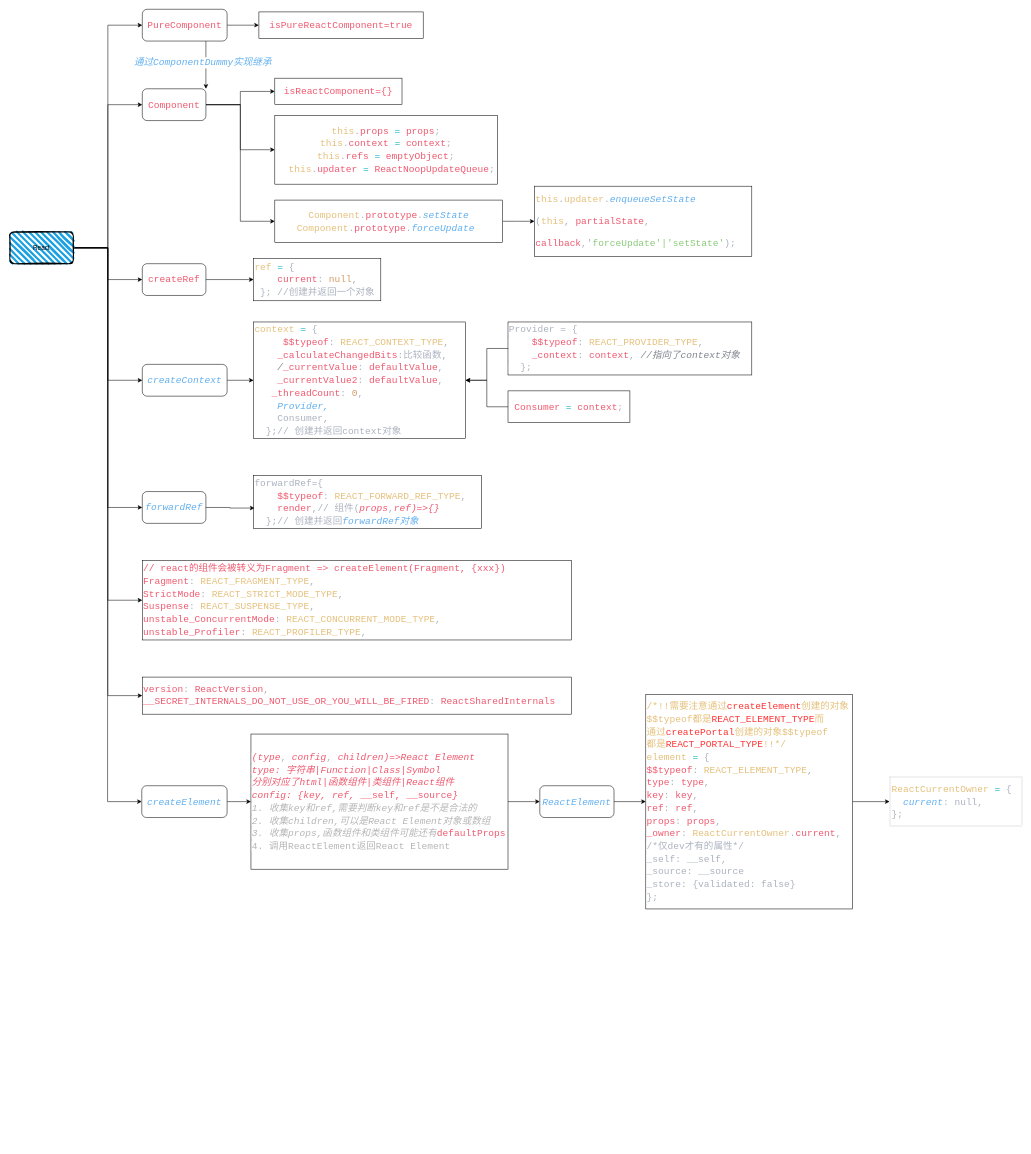
honshena/study keeps this draw.io diagram as arec16.8.drawio. Above is the earlier version. Source tidied: cells renumbered, new cells numbered last; positions are measured from the earlier drawing's top-left corner, leaving out a move shared by most shapes. Both pictures are drawn from the tidied source at 53%, with x=0, y=0 at pixel (10, 9).
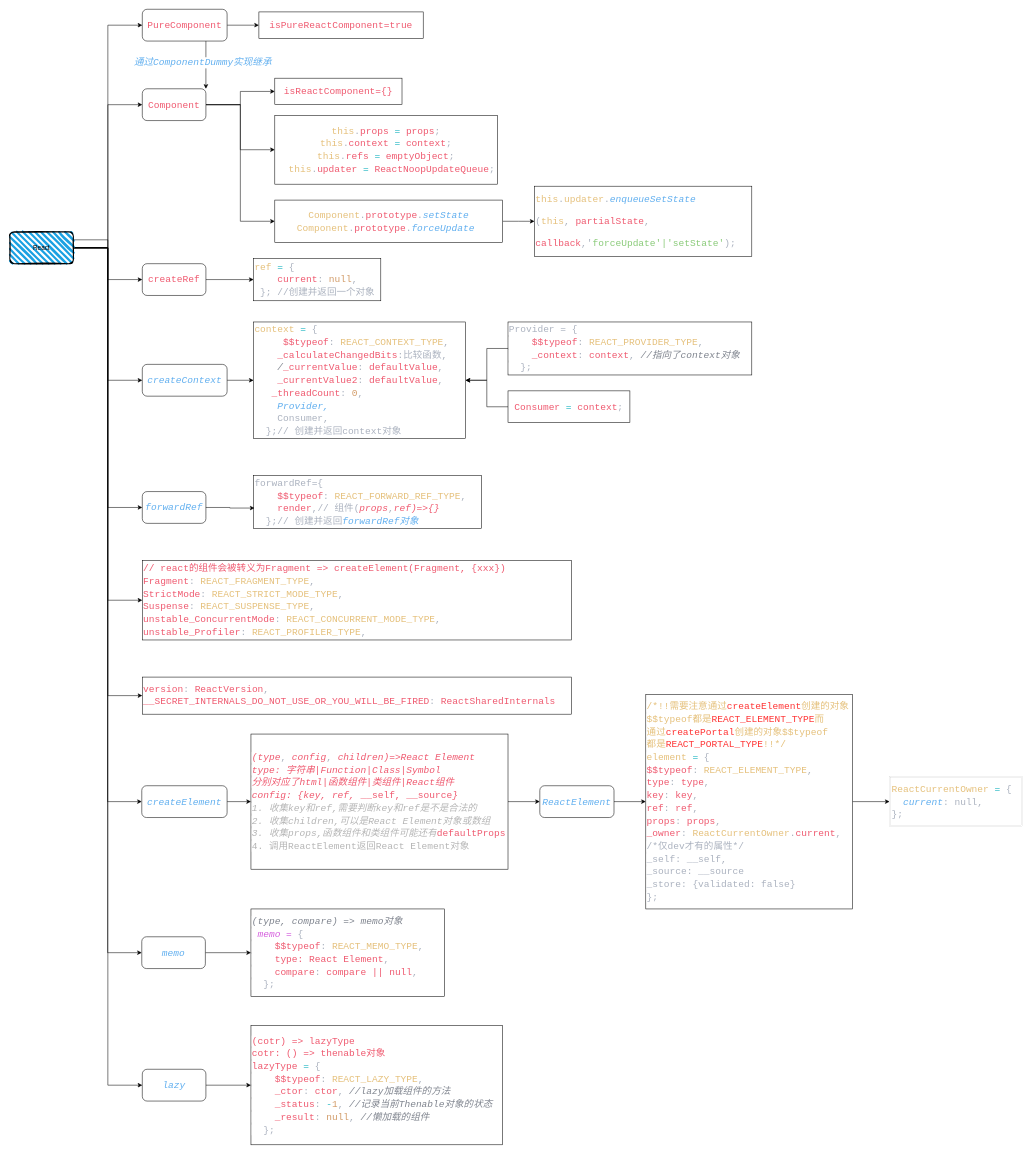
After the change.

The change refers to these unchanged cells:
```xml
<mxCell id="10" value="React" style="rounded=1;whiteSpace=wrap;html=1;strokeWidth=2;fillWeight=4;hachureGap=8;hachureAngle=45;fillColor=#1ba1e2;sketch=1;" parent="1" vertex="1">
  <mxGeometry y="420" width="120" height="60" as="geometry" />
</mxCell>
```

Change to the diagram source:
```diff
@@
+    <mxCell id="49" style="edgeStyle=orthogonalEdgeStyle;rounded=0;jettySize=auto;html=1;exitX=1;exitY=0.5;exitDx=0;exitDy=0;entryX=0;entryY=0.5;entryDx=0;entryDy=0;" parent="1" edge="1" source="10" target="52">
+      <mxGeometry relative="1" as="geometry" />
+    </mxCell>
+    <mxCell id="50" style="edgeStyle=orthogonalEdgeStyle;rounded=0;jettySize=auto;html=1;exitX=1;exitY=0.25;exitDx=0;exitDy=0;entryX=0;entryY=0.5;entryDx=0;entryDy=0;" parent="1" edge="1" source="10" target="56">
+      <mxGeometry relative="1" as="geometry" />
+    </mxCell>
@@
-    <mxCell id="43" value="&lt;div style=&quot;font-family: &amp;quot;Fira code&amp;quot;, Consolas, &amp;quot;Courier New&amp;quot;, monospace, Consolas, &amp;quot;Courier New&amp;quot;, monospace; font-size: 18px; line-height: 24px; white-space: pre;&quot;&gt;&lt;div style=&quot;color: rgb(171, 178, 191); line-height: 24px;&quot;&gt;&lt;span style=&quot;background-color: rgb(255, 255, 255);&quot;&gt;&lt;span style=&quot;color: rgb(239, 89, 111); font-style: italic;&quot;&gt;(type&lt;/span&gt;, &lt;span style=&quot;color: rgb(239, 89, 111); font-style: italic;&quot;&gt;config&lt;/span&gt;, &lt;span style=&quot;color: rgb(239, 89, 111); font-style: italic;&quot;&gt;children)=&amp;gt;React Element&lt;/span&gt;&lt;/span&gt;&lt;/div&gt;&lt;div style=&quot;color: rgb(171, 178, 191); line-height: 24px;&quot;&gt;&lt;span style=&quot;background-color: rgb(255, 255, 255);&quot;&gt;&lt;span style=&quot;color: rgb(239, 89, 111); font-style: italic;&quot;&gt;type: 字符串|Function|Class|Symbol &lt;/span&gt;&lt;/span&gt;&lt;/div&gt;&lt;div style=&quot;color: rgb(171, 178, 191); line-height: 24px;&quot;&gt;&lt;span style=&quot;background-color: rgb(255, 255, 255);&quot;&gt;&lt;span style=&quot;color: rgb(239, 89, 111); font-style: italic;&quot;&gt;分别对应了html|函数组件|类组件|React组件&lt;/span&gt;&lt;/span&gt;&lt;/div&gt;&lt;div style=&quot;color: rgb(171, 178, 191); line-height: 24px;&quot;&gt;&lt;span style=&quot;color: rgb(239, 89, 111); font-style: italic;&quot;&gt;&lt;span style=&quot;background-color: rgb(255, 255, 255);&quot;&gt;config: {key, ref, &lt;/span&gt;&lt;/span&gt;&lt;span style=&quot;background-color: rgb(255, 255, 255);&quot;&gt;&lt;span style=&quot;color: rgb(239, 89, 111);&quot;&gt;__self, &lt;/span&gt;&lt;span style=&quot;color: rgb(239, 89, 111);&quot;&gt;__source&lt;/span&gt;&lt;/span&gt;&lt;span style=&quot;background-color: rgb(255, 255, 255); color: rgb(239, 89, 111); font-style: italic;&quot;&gt;}&lt;/span&gt;&lt;/div&gt;&lt;/div&gt;&lt;div style=&quot;font-family: &amp;quot;Fira code&amp;quot;, Consolas, &amp;quot;Courier New&amp;quot;, monospace, Consolas, &amp;quot;Courier New&amp;quot;, monospace; font-size: 18px; line-height: 24px; white-space: pre;&quot;&gt;&lt;span style=&quot;font-style: italic; background-color: rgb(255, 255, 255);&quot;&gt;&lt;font style=&quot;&quot; color=&quot;#b5b5b5&quot;&gt;1. 收集key和ref,需要判断key和ref是不是合法的&lt;/font&gt;&lt;/span&gt;&lt;/div&gt;&lt;div style=&quot;font-family: &amp;quot;Fira code&amp;quot;, Consolas, &amp;quot;Courier New&amp;quot;, monospace, Consolas, &amp;quot;Courier New&amp;quot;, monospace; font-size: 18px; line-height: 24px; white-space: pre;&quot;&gt;&lt;i&gt;&lt;font style=&quot;background-color: rgb(255, 255, 255);&quot; color=&quot;#b5b5b5&quot;&gt;2. 收集children,可以是React Element对象或数组&lt;/font&gt;&lt;/i&gt;&lt;/div&gt;&lt;div style=&quot;font-family: &amp;quot;Fira code&amp;quot;, Consolas, &amp;quot;Courier New&amp;quot;, monospace, Consolas, &amp;quot;Courier New&amp;quot;, monospace; font-size: 18px; line-height: 24px; white-space: pre;&quot;&gt;&lt;i style=&quot;&quot;&gt;&lt;font style=&quot;background-color: rgb(255, 255, 255);&quot; color=&quot;#b5b5b5&quot;&gt;3. 收集props,函数组件和类组件可能还有&lt;/font&gt;&lt;/i&gt;&lt;span style=&quot;color: rgb(239, 89, 111); background-color: rgb(255, 255, 255);&quot;&gt;defaultProps&lt;/span&gt;&lt;/div&gt;&lt;div style=&quot;font-family: &amp;quot;Fira code&amp;quot;, Consolas, &amp;quot;Courier New&amp;quot;, monospace, Consolas, &amp;quot;Courier New&amp;quot;, monospace; font-size: 18px; line-height: 24px; white-space: pre;&quot;&gt;&lt;span style=&quot;background-color: rgb(255, 255, 255);&quot;&gt;&lt;font color=&quot;#b5b5b5&quot;&gt;4. 调用ReactElement返回React Element&lt;/font&gt;&lt;/span&gt;&lt;/div&gt;" style="rounded=0;whiteSpace=wrap;html=1;align=left;" parent="1" vertex="1">
+    <mxCell id="43" value="&lt;div style=&quot;font-family: &amp;quot;Fira code&amp;quot;, Consolas, &amp;quot;Courier New&amp;quot;, monospace, Consolas, &amp;quot;Courier New&amp;quot;, monospace; font-size: 18px; line-height: 24px; white-space: pre;&quot;&gt;&lt;div style=&quot;color: rgb(171, 178, 191); line-height: 24px;&quot;&gt;&lt;span style=&quot;background-color: rgb(255, 255, 255);&quot;&gt;&lt;span style=&quot;color: rgb(239, 89, 111); font-style: italic;&quot;&gt;(type&lt;/span&gt;, &lt;span style=&quot;color: rgb(239, 89, 111); font-style: italic;&quot;&gt;config&lt;/span&gt;, &lt;span style=&quot;color: rgb(239, 89, 111); font-style: italic;&quot;&gt;children)=&amp;gt;React Element&lt;/span&gt;&lt;/span&gt;&lt;/div&gt;&lt;div style=&quot;color: rgb(171, 178, 191); line-height: 24px;&quot;&gt;&lt;span style=&quot;background-color: rgb(255, 255, 255);&quot;&gt;&lt;span style=&quot;color: rgb(239, 89, 111); font-style: italic;&quot;&gt;type: 字符串|Function|Class|Symbol &lt;/span&gt;&lt;/span&gt;&lt;/div&gt;&lt;div style=&quot;color: rgb(171, 178, 191); line-height: 24px;&quot;&gt;&lt;span style=&quot;background-color: rgb(255, 255, 255);&quot;&gt;&lt;span style=&quot;color: rgb(239, 89, 111); font-style: italic;&quot;&gt;分别对应了html|函数组件|类组件|React组件&lt;/span&gt;&lt;/span&gt;&lt;/div&gt;&lt;div style=&quot;color: rgb(171, 178, 191); line-height: 24px;&quot;&gt;&lt;span style=&quot;color: rgb(239, 89, 111); font-style: italic;&quot;&gt;&lt;span style=&quot;background-color: rgb(255, 255, 255);&quot;&gt;config: {key, ref, &lt;/span&gt;&lt;/span&gt;&lt;span style=&quot;background-color: rgb(255, 255, 255);&quot;&gt;&lt;span style=&quot;color: rgb(239, 89, 111);&quot;&gt;__self, &lt;/span&gt;&lt;span style=&quot;color: rgb(239, 89, 111);&quot;&gt;__source&lt;/span&gt;&lt;/span&gt;&lt;span style=&quot;background-color: rgb(255, 255, 255); color: rgb(239, 89, 111); font-style: italic;&quot;&gt;}&lt;/span&gt;&lt;/div&gt;&lt;/div&gt;&lt;div style=&quot;font-family: &amp;quot;Fira code&amp;quot;, Consolas, &amp;quot;Courier New&amp;quot;, monospace, Consolas, &amp;quot;Courier New&amp;quot;, monospace; font-size: 18px; line-height: 24px; white-space: pre;&quot;&gt;&lt;span style=&quot;font-style: italic; background-color: rgb(255, 255, 255);&quot;&gt;&lt;font style=&quot;&quot; color=&quot;#b5b5b5&quot;&gt;1. 收集key和ref,需要判断key和ref是不是合法的&lt;/font&gt;&lt;/span&gt;&lt;/div&gt;&lt;div style=&quot;font-family: &amp;quot;Fira code&amp;quot;, Consolas, &amp;quot;Courier New&amp;quot;, monospace, Consolas, &amp;quot;Courier New&amp;quot;, monospace; font-size: 18px; line-height: 24px; white-space: pre;&quot;&gt;&lt;i&gt;&lt;font style=&quot;background-color: rgb(255, 255, 255);&quot; color=&quot;#b5b5b5&quot;&gt;2. 收集children,可以是React Element对象或数组&lt;/font&gt;&lt;/i&gt;&lt;/div&gt;&lt;div style=&quot;font-family: &amp;quot;Fira code&amp;quot;, Consolas, &amp;quot;Courier New&amp;quot;, monospace, Consolas, &amp;quot;Courier New&amp;quot;, monospace; font-size: 18px; line-height: 24px; white-space: pre;&quot;&gt;&lt;i style=&quot;&quot;&gt;&lt;font style=&quot;background-color: rgb(255, 255, 255);&quot; color=&quot;#b5b5b5&quot;&gt;3. 收集props,函数组件和类组件可能还有&lt;/font&gt;&lt;/i&gt;&lt;span style=&quot;color: rgb(239, 89, 111); background-color: rgb(255, 255, 255);&quot;&gt;defaultProps&lt;/span&gt;&lt;/div&gt;&lt;div style=&quot;font-family: &amp;quot;Fira code&amp;quot;, Consolas, &amp;quot;Courier New&amp;quot;, monospace, Consolas, &amp;quot;Courier New&amp;quot;, monospace; font-size: 18px; line-height: 24px; white-space: pre;&quot;&gt;&lt;span style=&quot;background-color: rgb(255, 255, 255);&quot;&gt;&lt;font color=&quot;#b5b5b5&quot;&gt;4. 调用ReactElement返回React Element对象&lt;/font&gt;&lt;/span&gt;&lt;/div&gt;" style="rounded=0;whiteSpace=wrap;html=1;align=left;" parent="1" vertex="1">
       <mxGeometry x="455" y="1367.5" width="485" height="255" as="geometry" />
     </mxCell>
@@
+    <mxCell id="51" style="edgeStyle=orthogonalEdgeStyle;rounded=0;jettySize=auto;html=1;exitX=1;exitY=0.5;exitDx=0;exitDy=0;entryX=0;entryY=0.5;entryDx=0;entryDy=0;" parent="1" edge="1" source="52" target="53">
+      <mxGeometry relative="1" as="geometry" />
+    </mxCell>
+    <mxCell id="52" value="&lt;div style=&quot;color: rgb(171, 178, 191); font-family: &amp;quot;Fira code&amp;quot;, Consolas, &amp;quot;Courier New&amp;quot;, monospace, Consolas, &amp;quot;Courier New&amp;quot;, monospace; font-size: 18px; line-height: 24px; white-space: pre;&quot;&gt;&lt;span style=&quot;color: rgb(97, 175, 239); font-style: italic; background-color: rgb(255, 255, 255);&quot;&gt;memo&lt;/span&gt;&lt;/div&gt;" style="rounded=1;whiteSpace=wrap;html=1;" parent="1" vertex="1">
+      <mxGeometry x="249" y="1750" width="120" height="60" as="geometry" />
+    </mxCell>
+    <mxCell id="53" value="&lt;div style=&quot;font-family: &amp;quot;Fira code&amp;quot;, Consolas, &amp;quot;Courier New&amp;quot;, monospace, Consolas, &amp;quot;Courier New&amp;quot;, monospace; font-size: 18px; line-height: 24px; white-space: pre;&quot;&gt;&lt;div style=&quot;color: rgb(171, 178, 191);&quot;&gt;&lt;span style=&quot;background-color: rgb(255, 255, 255); color: rgb(127, 132, 142); font-style: italic;&quot;&gt;(type, compare) =&amp;gt; memo对象&lt;/span&gt;&lt;br&gt;&lt;/div&gt;&lt;div style=&quot;&quot;&gt;&lt;span style=&quot;background-color: rgb(255, 255, 255);&quot;&gt;&lt;font color=&quot;#abb2bf&quot;&gt;&amp;nbsp;&lt;/font&gt;&lt;font color=&quot;#d55fde&quot;&gt;&lt;i&gt;memo = &lt;/i&gt;&lt;/font&gt;&lt;font color=&quot;#abb2bf&quot;&gt;{&lt;/font&gt;&lt;/span&gt;&lt;/div&gt;&lt;div style=&quot;color: rgb(171, 178, 191);&quot;&gt;&lt;span style=&quot;background-color: rgb(255, 255, 255);&quot;&gt;&amp;nbsp; &amp;nbsp; &lt;span style=&quot;color: #ef596f;&quot;&gt;$$typeof&lt;/span&gt;: &lt;span style=&quot;color: #e5c07b;&quot;&gt;REACT_MEMO_TYPE&lt;/span&gt;,&lt;/span&gt;&lt;/div&gt;&lt;div style=&quot;color: rgb(171, 178, 191);&quot;&gt;&lt;span style=&quot;background-color: rgb(255, 255, 255);&quot;&gt;&amp;nbsp; &amp;nbsp; &lt;span style=&quot;color: #ef596f;&quot;&gt;type: React Element&lt;/span&gt;,&lt;/span&gt;&lt;/div&gt;&lt;div style=&quot;color: rgb(171, 178, 191);&quot;&gt;&lt;span style=&quot;background-color: rgb(255, 255, 255);&quot;&gt;&amp;nbsp; &amp;nbsp; &lt;span style=&quot;color: #ef596f;&quot;&gt;compare&lt;/span&gt;: &lt;span style=&quot;color: #ef596f;&quot;&gt;compare || null&lt;/span&gt;,&lt;/span&gt;&lt;/div&gt;&lt;div style=&quot;color: rgb(171, 178, 191);&quot;&gt;&lt;span style=&quot;background-color: rgb(255, 255, 255);&quot;&gt;&amp;nbsp; };&lt;/span&gt;&lt;/div&gt;&lt;/div&gt;" style="rounded=0;whiteSpace=wrap;html=1;align=left;" parent="1" vertex="1">
+      <mxGeometry x="455" y="1697.5" width="365" height="165" as="geometry" />
+    </mxCell>
+    <mxCell id="54" value="&lt;div style=&quot;color: rgb(171, 178, 191); font-family: &amp;quot;Fira code&amp;quot;, Consolas, &amp;quot;Courier New&amp;quot;, monospace, Consolas, &amp;quot;Courier New&amp;quot;, monospace; font-size: 18px; line-height: 24px; white-space: pre;&quot;&gt;&lt;div style=&quot;&quot;&gt;&lt;span style=&quot;background-color: rgb(255, 255, 255);&quot;&gt;&lt;span style=&quot;color: rgb(239, 89, 111);&quot;&gt;(cotr) =&amp;gt; lazyType&lt;/span&gt;&lt;/span&gt;&lt;/div&gt;&lt;div style=&quot;&quot;&gt;&lt;span style=&quot;background-color: rgb(255, 255, 255);&quot;&gt;&lt;span style=&quot;color: rgb(239, 89, 111);&quot;&gt;cotr: () =&amp;gt; thenable对象&lt;/span&gt;&lt;/span&gt;&lt;/div&gt;&lt;div style=&quot;&quot;&gt;&lt;span style=&quot;background-color: rgb(255, 255, 255);&quot;&gt;&lt;span style=&quot;color: rgb(239, 89, 111);&quot;&gt;lazyType&lt;/span&gt; &lt;span style=&quot;color: rgb(43, 186, 197);&quot;&gt;=&lt;/span&gt; {&lt;/span&gt;&lt;/div&gt;&lt;div style=&quot;&quot;&gt;&lt;span style=&quot;background-color: rgb(255, 255, 255);&quot;&gt;&amp;nbsp; &amp;nbsp; &lt;span style=&quot;color: #ef596f;&quot;&gt;$$typeof&lt;/span&gt;: &lt;span style=&quot;color: #e5c07b;&quot;&gt;REACT_LAZY_TYPE&lt;/span&gt;,&lt;/span&gt;&lt;/div&gt;&lt;div style=&quot;&quot;&gt;&lt;span style=&quot;background-color: rgb(255, 255, 255);&quot;&gt;&amp;nbsp; &amp;nbsp; &lt;span style=&quot;color: #ef596f;&quot;&gt;_ctor&lt;/span&gt;: &lt;span style=&quot;color: #ef596f;&quot;&gt;ctor&lt;/span&gt;, &lt;span style=&quot;color: #7f848e;font-style: italic;&quot;&gt;//lazy加载组件的方法&lt;/span&gt;&lt;/span&gt;&lt;/div&gt;&lt;div style=&quot;&quot;&gt;&lt;span style=&quot;background-color: rgb(255, 255, 255);&quot;&gt;&amp;nbsp; &amp;nbsp; &lt;/span&gt;&lt;span style=&quot;color: rgb(239, 89, 111);&quot;&gt;_status&lt;/span&gt;&lt;span style=&quot;background-color: rgb(255, 255, 255);&quot;&gt;: &lt;/span&gt;&lt;span style=&quot;color: rgb(43, 186, 197);&quot;&gt;-&lt;/span&gt;&lt;span style=&quot;color: rgb(209, 154, 102);&quot;&gt;1&lt;/span&gt;&lt;span style=&quot;background-color: rgb(255, 255, 255);&quot;&gt;, &lt;/span&gt;&lt;span style=&quot;color: rgb(127, 132, 142); font-style: italic;&quot;&gt;//记录当前Thenable对象的状态&lt;/span&gt;&lt;/div&gt;&lt;div style=&quot;&quot;&gt;&lt;span style=&quot;background-color: rgb(255, 255, 255);&quot;&gt;&amp;nbsp; &amp;nbsp; &lt;span style=&quot;color: #ef596f;&quot;&gt;_result&lt;/span&gt;: &lt;span style=&quot;color: #d19a66;&quot;&gt;null&lt;/span&gt;, &lt;span style=&quot;color: #7f848e;font-style: italic;&quot;&gt;//懒加载的组件&lt;/span&gt;&lt;/span&gt;&lt;/div&gt;&lt;div style=&quot;&quot;&gt;&lt;span style=&quot;background-color: rgb(255, 255, 255);&quot;&gt;&amp;nbsp; };&lt;/span&gt;&lt;/div&gt;&lt;/div&gt;" style="rounded=0;whiteSpace=wrap;html=1;align=left;" parent="1" vertex="1">
+      <mxGeometry x="455" y="1917.5" width="475" height="225" as="geometry" />
+    </mxCell>
+    <mxCell id="55" style="edgeStyle=orthogonalEdgeStyle;rounded=0;jettySize=auto;html=1;exitX=1;exitY=0.5;exitDx=0;exitDy=0;" parent="1" edge="1" source="56" target="54">
+      <mxGeometry relative="1" as="geometry" />
+    </mxCell>
+    <mxCell id="56" value="&lt;div style=&quot;color: rgb(171, 178, 191); font-family: &amp;quot;Fira code&amp;quot;, Consolas, &amp;quot;Courier New&amp;quot;, monospace, Consolas, &amp;quot;Courier New&amp;quot;, monospace; font-size: 18px; line-height: 24px; white-space: pre;&quot;&gt;&lt;span style=&quot;color: rgb(97, 175, 239); font-style: italic; background-color: rgb(255, 255, 255);&quot;&gt;lazy&lt;/span&gt;&lt;/div&gt;" style="rounded=1;whiteSpace=wrap;html=1;" parent="1" vertex="1">
+      <mxGeometry x="250" y="2000" width="120" height="60" as="geometry" />
+    </mxCell>
```
